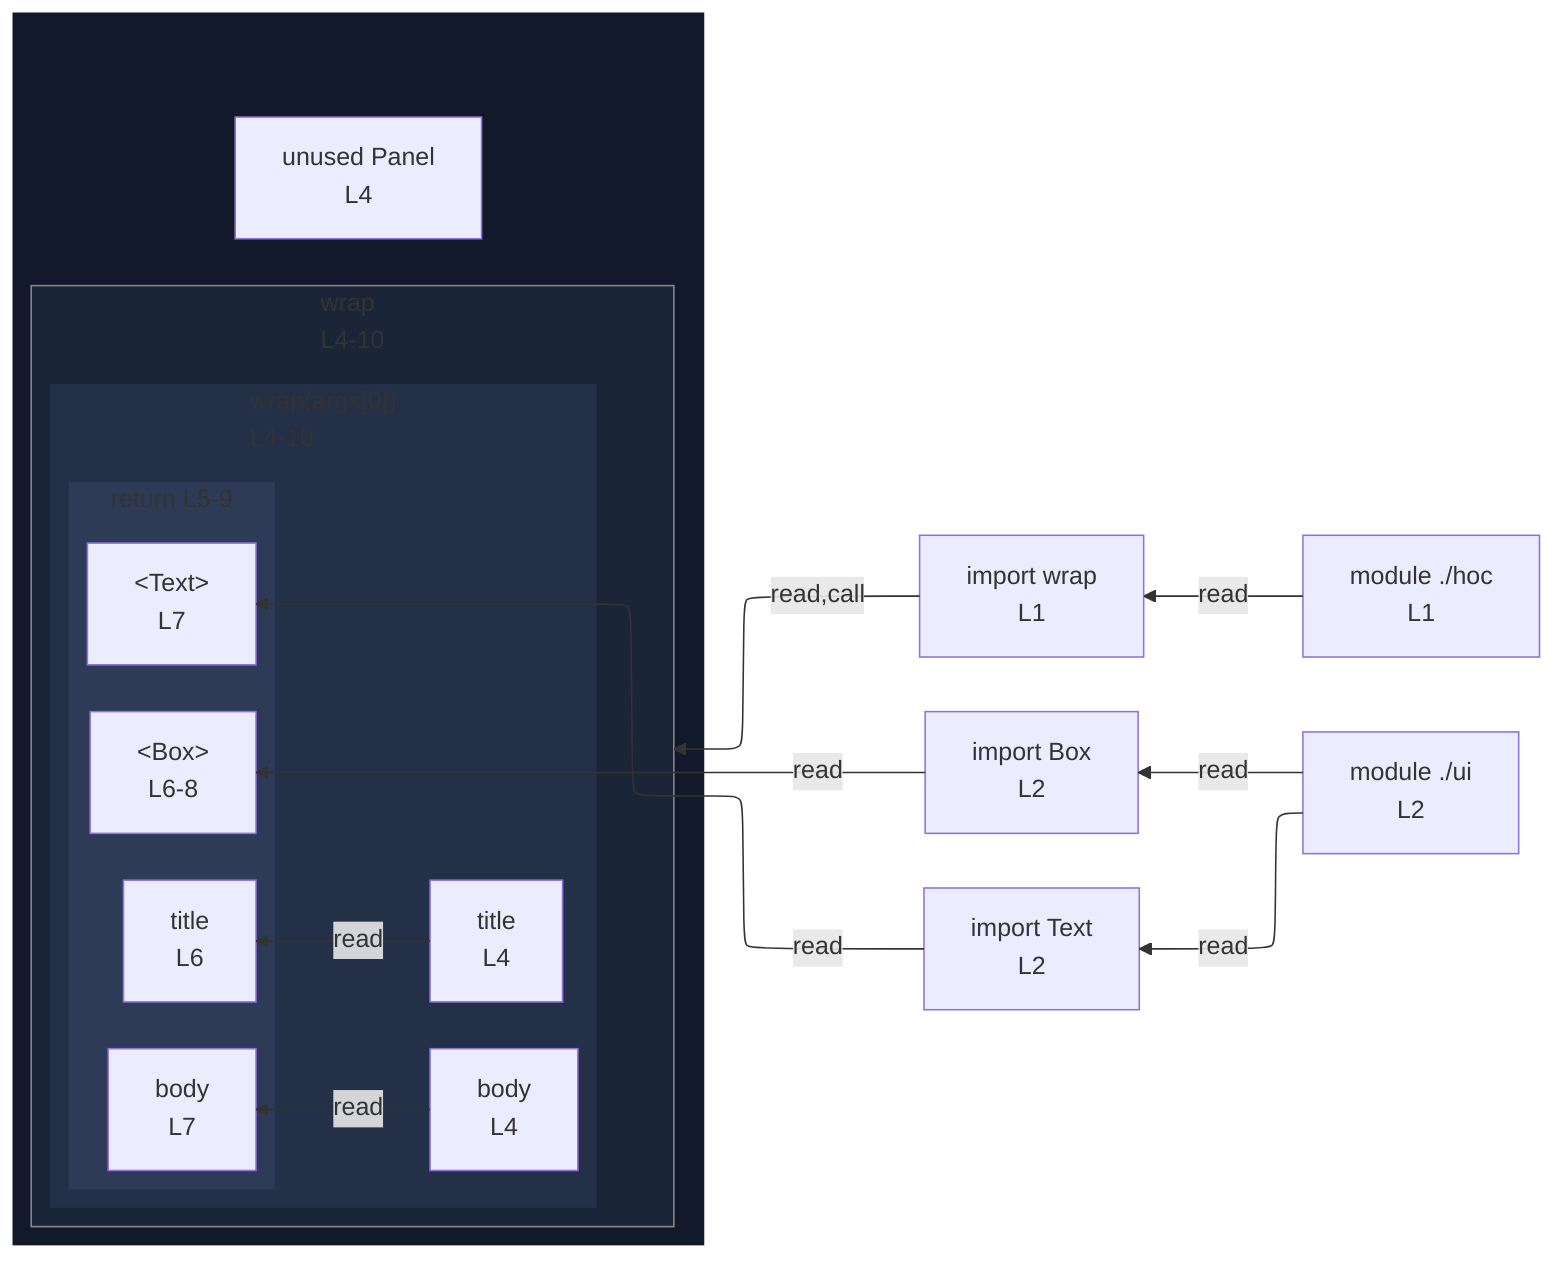
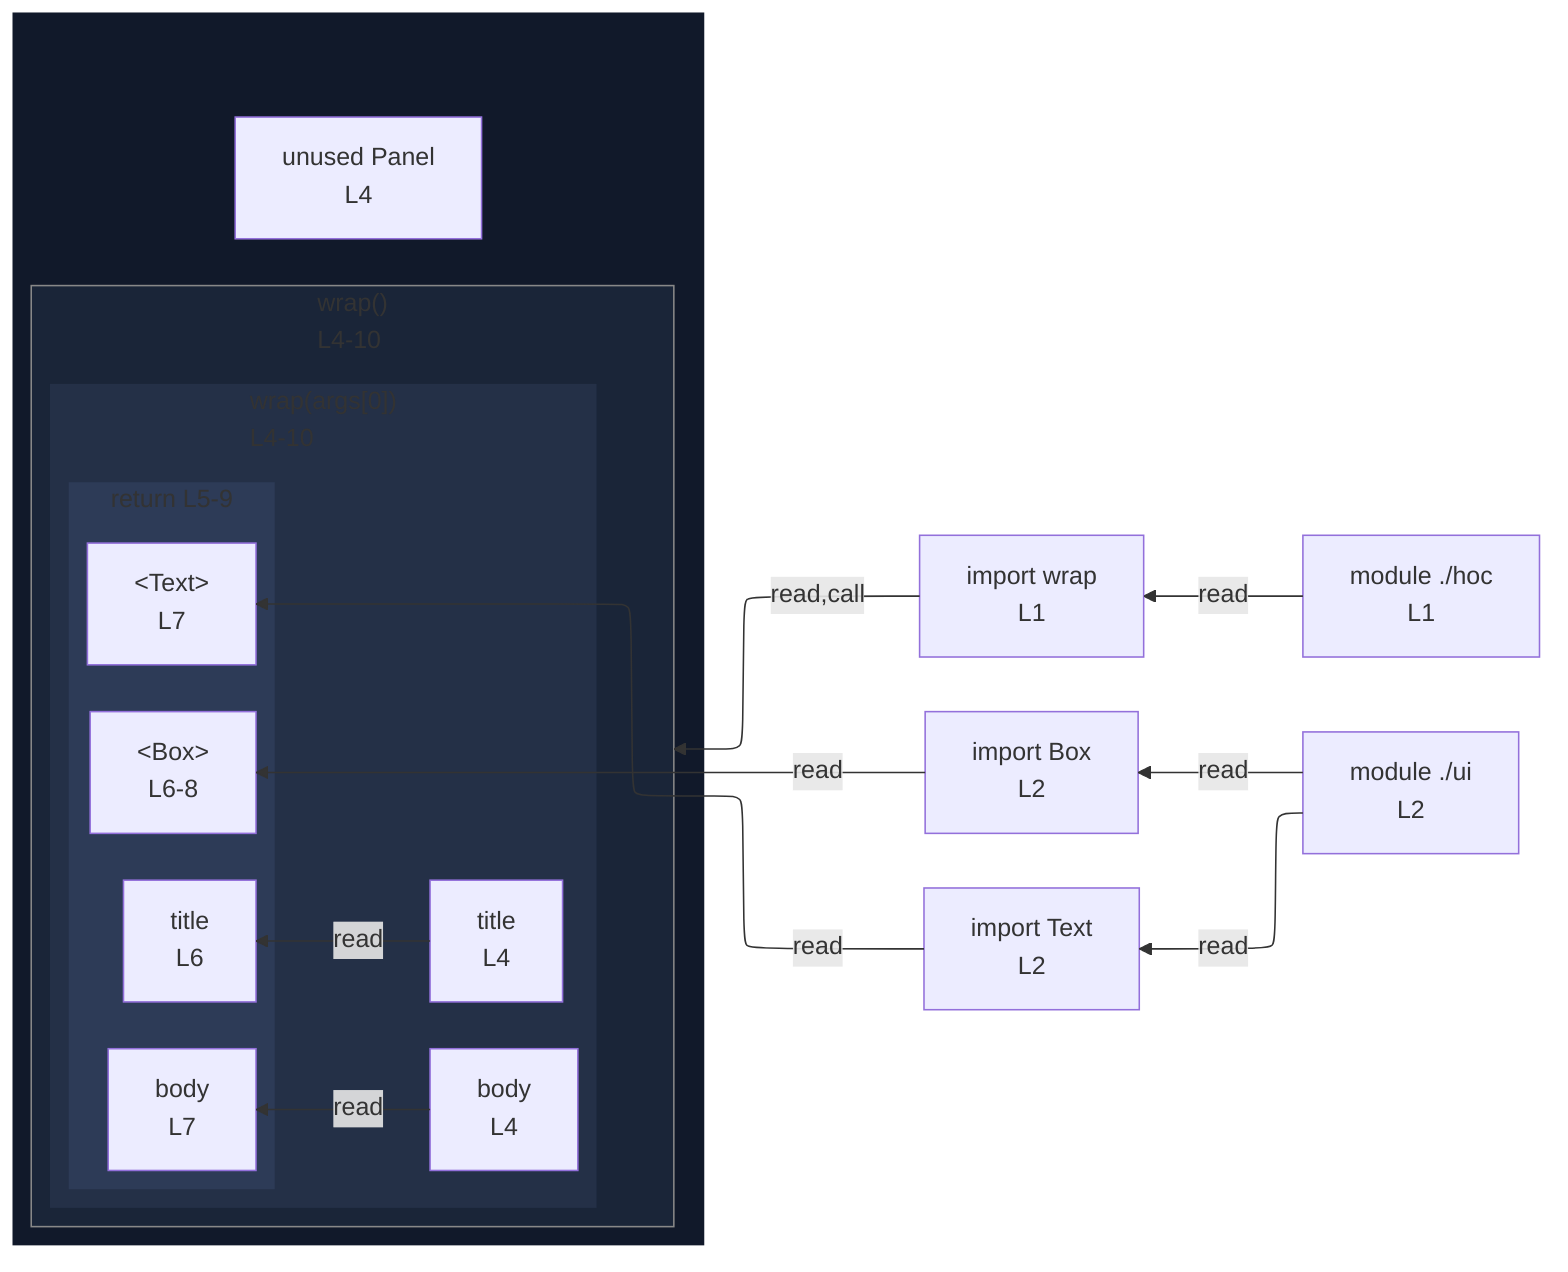
%%{init: {"flowchart": {"defaultRenderer": "elk"}}}%%
flowchart RL
  n_scope_0_wrap_9["import wrap<br/>L1"]
  n_scope_0_Box_39["import Box<br/>L2"]
  n_scope_0_Text_44["import Text<br/>L2"]
-   subgraph wrap_call_proxy_ref_1[" "]
+   subgraph wrap_call_proxy_86[" "]
    direction TB
    n_scope_0_Panel_78["unused Panel<br/>L4"]
-     subgraph call_proxy_ref_1["wrap<br/>L4-10"]
+     subgraph call_proxy_86["wrap()<br/>L4-10"]
      direction RL
      subgraph s_scope_1["wrap(args[0])<br/>L4-10"]
        direction RL
        n_scope_1_title_92["title<br/>L4"]
        n_scope_1_body_107["body<br/>L4"]
        subgraph s_return_scope_1_128_202["return L5-9"]
          direction RL
          ret_use_ref_2["&lt;Box&gt;<br/>L6-8"]
          ret_use_ref_3["title<br/>L6"]
          ret_use_ref_4["&lt;Text&gt;<br/>L7"]
          ret_use_ref_5["body<br/>L7"]
        end
      end
    end
  end
-   n_scope_0_wrap_9 -->|read,call| call_proxy_ref_1
+   n_scope_0_wrap_9 -->|read,call| call_proxy_86
  n_scope_0_Box_39 -->|read| ret_use_ref_2
  n_scope_1_title_92 -->|read| ret_use_ref_3
  n_scope_0_Text_44 -->|read| ret_use_ref_4
  n_scope_1_body_107 -->|read| ret_use_ref_5
  mod___hoc["module ./hoc<br/>L1"]
  mod___ui["module ./ui<br/>L2"]
  mod___hoc -->|read| n_scope_0_wrap_9
  mod___ui -->|read| n_scope_0_Box_39
  mod___ui -->|read| n_scope_0_Text_44
  classDef nestL1 fill:#11192a,stroke:transparent;
-   class wrap_call_proxy_ref_1 nestL1;
+   class wrap_call_proxy_86 nestL1;
  classDef nestL2 fill:#1a2538,stroke:transparent;
-   class call_proxy_ref_1 nestL2;
+   class call_proxy_86 nestL2;
  classDef nestL3 fill:#243047,stroke:transparent;
  class s_scope_1 nestL3;
  classDef nestL4 fill:#2d3b57,stroke:transparent;
  class s_return_scope_1_128_202 nestL4;
  classDef edgeTargetSubgraph stroke:#888;
-   class call_proxy_ref_1 edgeTargetSubgraph;
+   class call_proxy_86 edgeTargetSubgraph;
